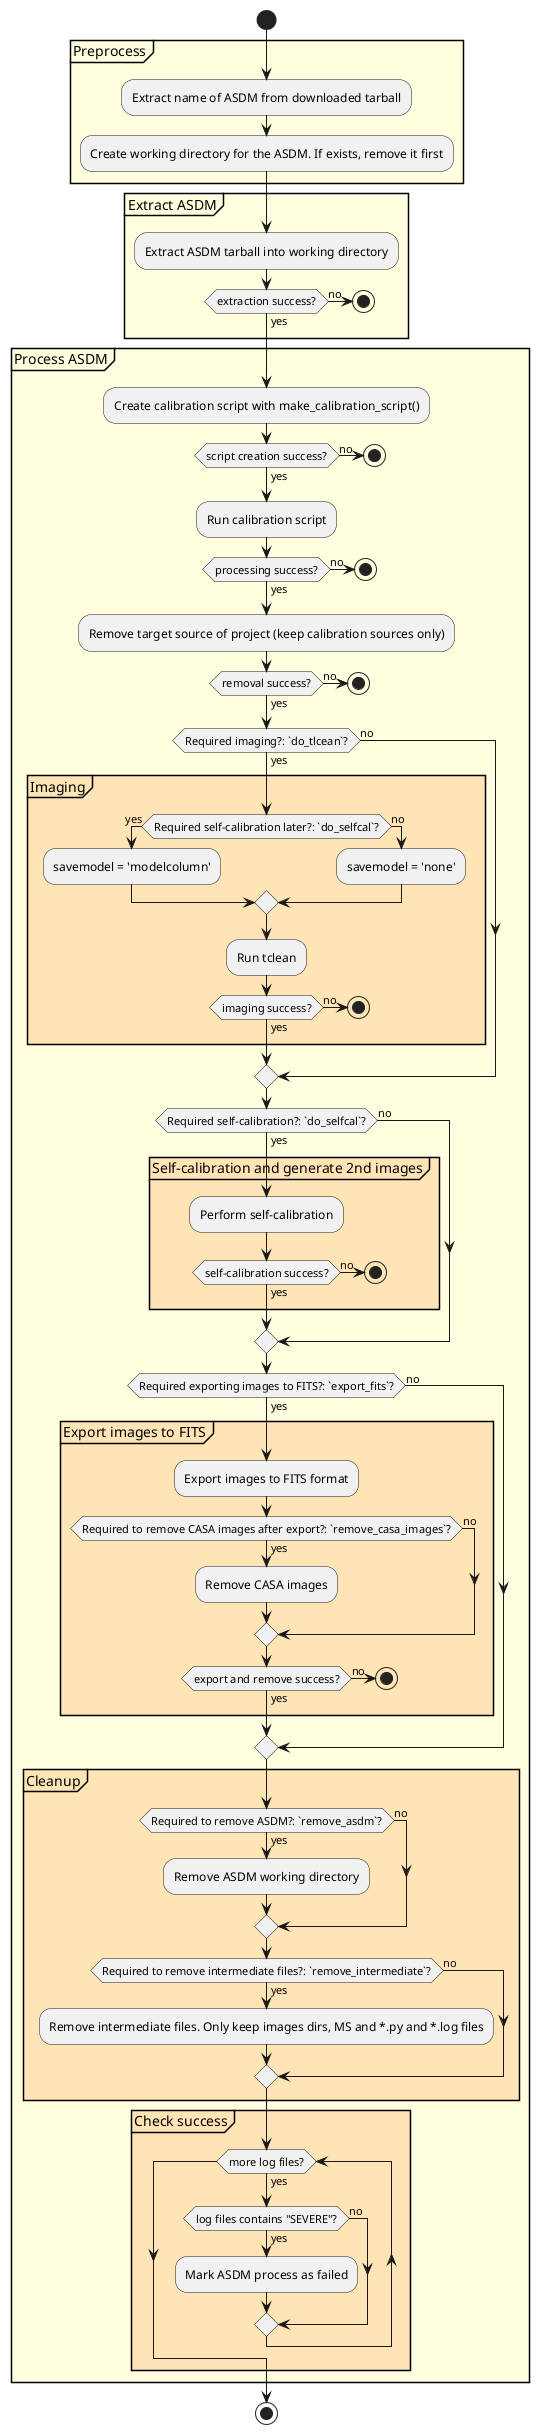
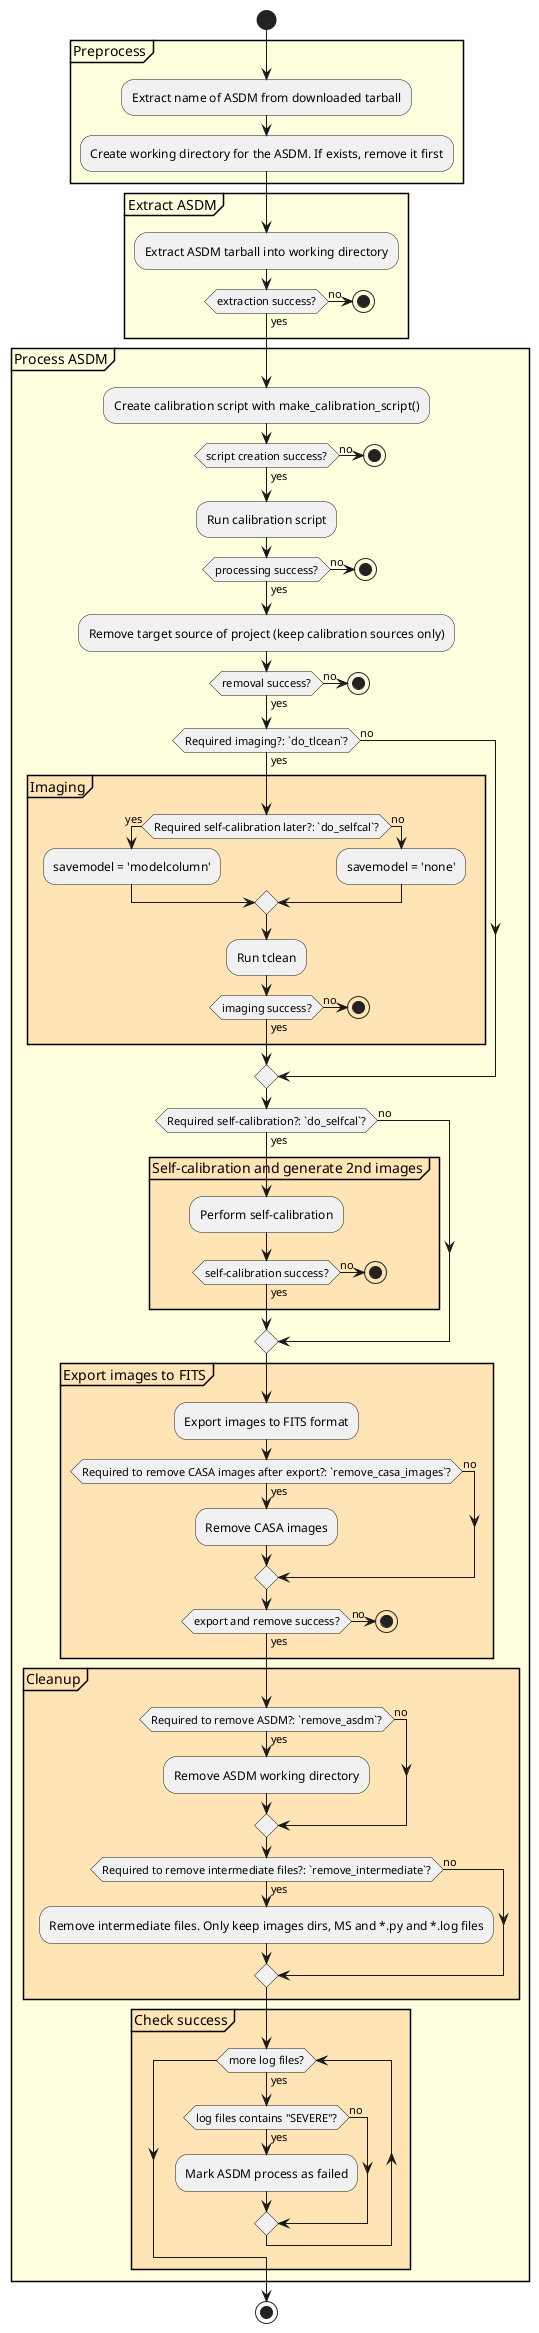
@startuml L4-almaqso.Almaqso._process-activity
start
partition "Preprocess" #LightYellow {
    :Extract name of ASDM from downloaded tarball;
    :Create working directory for the ASDM. If exists, remove it first;
}
partition "Extract ASDM" #LightYellow {
    :Extract ASDM tarball into working directory;
    if (extraction success?) then (yes)
    else (no)
        stop
    endif
}
partition "Process ASDM" #LightYellow {
    :Create calibration script with make_calibration_script();
    if (script creation success?) then (yes)
    else (no)
        stop
    endif

    :Run calibration script;
    if (processing success?) then (yes)
    else (no)
        stop
    endif

    :Remove target source of project (keep calibration sources only);
    if (removal success?) then (yes)
    else (no)
        stop
    endif

    if (Required imaging?: `do_tlcean`?) then (yes)
        partition "Imaging" #Moccasin {
            if (Required self-calibration later?: `do_selfcal`?) then (yes)
                :savemodel = 'modelcolumn';
            else (no)
                :savemodel = 'none';
            endif
            :Run tclean;
            if (imaging success?) then (yes)
            else (no)
                stop
            endif
        }
    else (no)
    endif

    if (Required self-calibration?: `do_selfcal`?) then (yes)
        partition "Self-calibration and generate 2nd images" #Moccasin {
            :Perform self-calibration;
            if (self-calibration success?) then (yes)
            else (no)
                stop
            endif
        }
    else (no)
    endif

-     if (Required exporting images to FITS?: `export_fits`?) then (yes)
-         partition "Export images to FITS" #Moccasin {
-             :Export images to FITS format;
-             if (Required to remove CASA images after export?: `remove_casa_images`?) then (yes)
-                 :Remove CASA images;
-             else (no)
-             endif
-             if (export and remove success?) then (yes)
-             else (no)
-                 stop
-             endif
-         }
-     else (no)
-     endif
+     partition "Export images to FITS" #Moccasin {
+         :Export images to FITS format;
+         if (Required to remove CASA images after export?: `remove_casa_images`?) then (yes)
+             :Remove CASA images;
+         else (no)
+         endif
+         if (export and remove success?) then (yes)
+         else (no)
+             stop
+         endif
+     }

    partition "Cleanup" #Moccasin {
        if (Required to remove ASDM?: `remove_asdm`?) then (yes)
            :Remove ASDM working directory;
        else (no)
        endif

        if (Required to remove intermediate files?: `remove_intermediate`?) then (yes)
            :Remove intermediate files. Only keep images dirs, MS and *.py and *.log files;
        else (no)
        endif
    }

    partition "Check success" #Moccasin {
        while (more log files?) is (yes)
            if (log files contains "SEVERE"?) then (yes)
                :Mark ASDM process as failed;
            else (no)
            endif
        endwhile
    }
}
stop
@enduml
